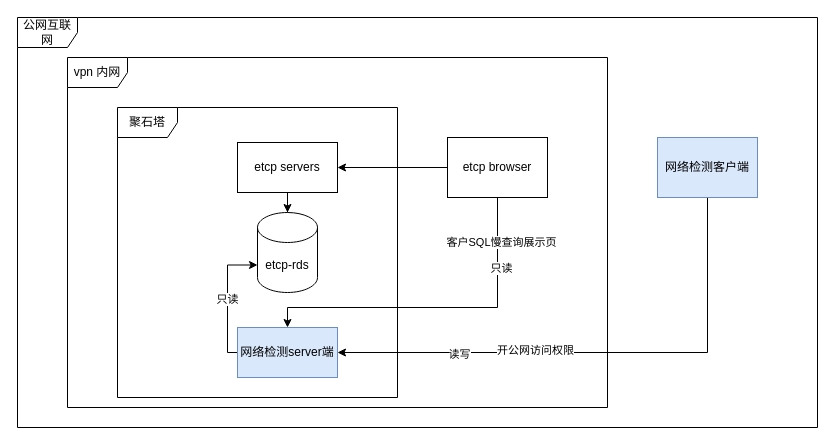
This is netdiag.drawio from mashifei/uml, a draw.io file, before an edit. Source tidied: cells renumbered, new cells numbered last; positions are measured from the earlier drawing's top-left corner, leaving out a move shared by most shapes. Both pictures are drawn from the tidied source at 100%, with x=0, y=0 at pixel (17, 17).
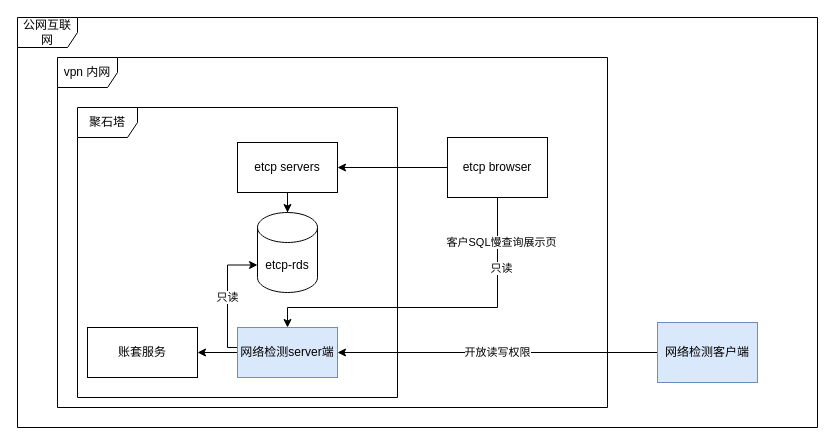
After the change.

The change refers to these unchanged cells:
```xml
<mxCell id="7" value="etcp-rds" style="shape=cylinder3;whiteSpace=wrap;html=1;boundedLbl=1;backgroundOutline=1;size=15;" parent="1" vertex="1">
  <mxGeometry x="240" y="195" width="60" height="80" as="geometry" />
</mxCell>
<mxCell id="19" value="网络检测server端" style="rounded=0;whiteSpace=wrap;html=1;fillColor=#dae8fc;strokeColor=#6c8ebf;" parent="1" vertex="1">
  <mxGeometry x="220" y="310" width="100" height="50" as="geometry" />
</mxCell>
```

The edit, as a diff of the source:
```diff
@@
+    <mxCell id="4" value="vpn 内网" style="shape=umlFrame;whiteSpace=wrap;html=1;" parent="1" vertex="1">
+      <mxGeometry x="40" y="40" width="550" height="350" as="geometry" />
+    </mxCell>
@@
     <mxCell id="3" value="聚石塔" style="shape=umlFrame;whiteSpace=wrap;html=1;" parent="1" vertex="1">
-      <mxGeometry x="100" y="90" width="280" height="290" as="geometry" />
+      <mxGeometry x="60" y="90" width="320" height="290" as="geometry" />
     </mxCell>
-    <mxCell id="4" value="vpn 内网" style="shape=umlFrame;whiteSpace=wrap;html=1;" parent="1" vertex="1">
-      <mxGeometry x="50" y="40" width="540" height="350" as="geometry" />
-    </mxCell>
@@
-    <mxCell id="13" style="edgeStyle=orthogonalEdgeStyle;rounded=0;jettySize=auto;html=1;entryX=1;entryY=0.5;entryDx=0;entryDy=0;" parent="1" edge="1" source="16" target="19">
-      <mxGeometry relative="1" as="geometry">
-        <Array as="points">
-          <mxPoint x="690" y="335" />
-        </Array>
-      </mxGeometry>
+    <mxCell id="13" value="开放读写权限" style="edgeStyle=orthogonalEdgeStyle;rounded=0;jettySize=auto;html=1;" parent="1" edge="1" source="16" target="19">
+      <mxGeometry relative="1" as="geometry" />
     </mxCell>
-    <mxCell id="14" value="开公网访问权限" style="edgeLabel;html=1;align=center;verticalAlign=middle;" parent="13" vertex="1">
-      <mxGeometry x="0.25" y="-3" relative="1" as="geometry" />
-    </mxCell>
-    <mxCell id="15" value="读写" style="edgeLabel;html=1;align=center;verticalAlign=middle;" parent="13" vertex="1">
-      <mxGeometry x="0.54" y="1" relative="1" as="geometry" />
-    </mxCell>
     <mxCell id="16" value="网络检测客户端" style="rounded=0;whiteSpace=wrap;html=1;fillColor=#dae8fc;strokeColor=#6c8ebf;" parent="1" vertex="1">
-      <mxGeometry x="640" y="120" width="100" height="60" as="geometry" />
+      <mxGeometry x="640" y="305" width="100" height="60" as="geometry" />
     </mxCell>
     <mxCell id="17" style="edgeStyle=orthogonalEdgeStyle;rounded=0;jettySize=auto;html=1;entryX=0;entryY=0;entryDx=0;entryDy=52.5;entryPerimeter=0;" parent="1" edge="1" source="19" target="7">
       <mxGeometry relative="1" as="geometry">
         <Array as="points">
-          <mxPoint x="210" y="335" />
+          <mxPoint x="210" y="330" />
           <mxPoint x="210" y="248" />
         </Array>
       </mxGeometry>
     </mxCell>
@@
+    <mxCell id="20" style="edgeStyle=orthogonalEdgeStyle;rounded=0;jettySize=auto;html=1;entryX=1;entryY=0.5;entryDx=0;entryDy=0;" parent="1" edge="1" source="19" target="21">
+      <mxGeometry relative="1" as="geometry" />
+    </mxCell>
@@
+    <mxCell id="21" value="账套服务" style="rounded=0;whiteSpace=wrap;html=1;" parent="1" vertex="1">
+      <mxGeometry x="70" y="310" width="110" height="50" as="geometry" />
+    </mxCell>
```
